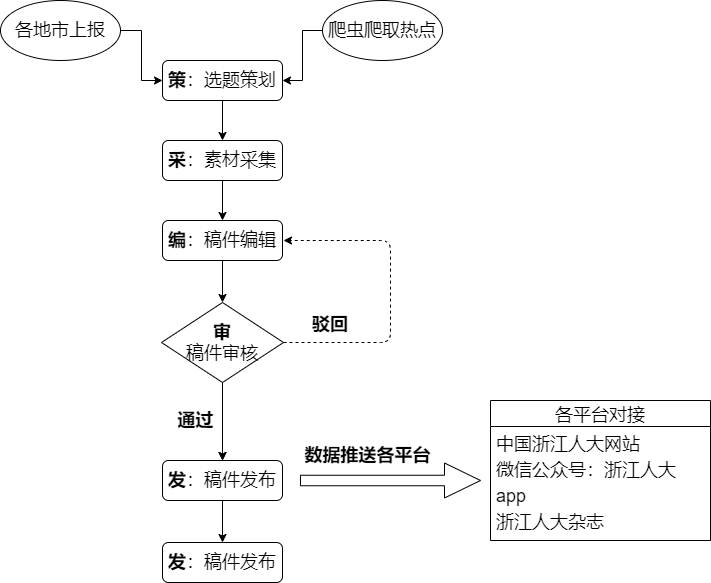
The draw.io diagram Untitled Diagram.png in yangJinRui325/note, before a commit. Source tidied: cells renumbered, new cells last; positions are measured from the earlier drawing's top-left corner, leaving out a move shared by most shapes. Source of this version:
```xml
<mxGraphModel>
  <root>
    <mxCell id="0" />
    <mxCell id="1" parent="0" />
    <mxCell id="2" style="edgeStyle=orthogonalEdgeStyle;rounded=0;jettySize=auto;html=1;" parent="1" edge="1" source="3" target="7">
      <mxGeometry relative="1" as="geometry" />
    </mxCell>
    <mxCell id="3" value="&lt;font style=&quot;font-size: 18px&quot;&gt;&lt;b&gt;策&lt;/b&gt;：选题策划&lt;/font&gt;" style="rounded=1;whiteSpace=wrap;html=1;fontSize=12;glass=0;strokeWidth=1;shadow=0;" parent="1" vertex="1">
      <mxGeometry x="162" y="60" width="120" height="40" as="geometry" />
    </mxCell>
    <mxCell id="4" style="edgeStyle=orthogonalEdgeStyle;rounded=0;jettySize=auto;html=1;" parent="1" edge="1" source="5" target="15">
      <mxGeometry relative="1" as="geometry" />
    </mxCell>
    <mxCell id="5" value="&lt;font style=&quot;font-size: 18px&quot;&gt;&lt;b&gt;编&lt;/b&gt;：稿件编辑&lt;/font&gt;" style="rounded=1;whiteSpace=wrap;html=1;fontSize=12;glass=0;strokeWidth=1;shadow=0;" parent="1" vertex="1">
      <mxGeometry x="162" y="220" width="120" height="40" as="geometry" />
    </mxCell>
    <mxCell id="6" style="edgeStyle=orthogonalEdgeStyle;rounded=0;jettySize=auto;html=1;" parent="1" edge="1" source="7" target="5">
      <mxGeometry relative="1" as="geometry" />
    </mxCell>
    <mxCell id="7" value="&lt;font style=&quot;font-size: 18px&quot;&gt;&lt;b&gt;采&lt;/b&gt;：素材采集&lt;/font&gt;" style="rounded=1;whiteSpace=wrap;html=1;fontSize=12;glass=0;strokeWidth=1;shadow=0;" parent="1" vertex="1">
      <mxGeometry x="162" y="140" width="120" height="40" as="geometry" />
    </mxCell>
    <mxCell id="8" style="edgeStyle=orthogonalEdgeStyle;rounded=0;jettySize=auto;html=1;" parent="1" edge="1" source="9" target="3">
      <mxGeometry relative="1" as="geometry" />
    </mxCell>
    <mxCell id="9" value="&lt;font style=&quot;font-size: 18px&quot;&gt;爬虫爬取热点&lt;/font&gt;" style="ellipse;whiteSpace=wrap;html=1;rounded=1;shadow=0;strokeWidth=1;glass=0;" parent="1" vertex="1">
      <mxGeometry x="322" width="120" height="60" as="geometry" />
    </mxCell>
    <mxCell id="10" style="edgeStyle=orthogonalEdgeStyle;rounded=0;jettySize=auto;html=1;" parent="1" edge="1" source="11" target="3">
      <mxGeometry relative="1" as="geometry" />
    </mxCell>
    <mxCell id="11" value="&lt;font style=&quot;font-size: 18px&quot;&gt;各地市上报&lt;/font&gt;" style="ellipse;whiteSpace=wrap;html=1;rounded=1;shadow=0;strokeWidth=1;glass=0;" parent="1" vertex="1">
      <mxGeometry width="120" height="60" as="geometry" />
    </mxCell>
    <mxCell id="12" value="&lt;font style=&quot;font-size: 18px&quot;&gt;&lt;b&gt;发&lt;/b&gt;：稿件发布&lt;/font&gt;" style="rounded=1;whiteSpace=wrap;html=1;fontSize=12;glass=0;strokeWidth=1;shadow=0;" parent="1" vertex="1">
      <mxGeometry x="162" y="460" width="120" height="40" as="geometry" />
    </mxCell>
    <mxCell id="13" style="edgeStyle=orthogonalEdgeStyle;rounded=0;jettySize=auto;html=1;" parent="1" edge="1" source="15" target="12">
      <mxGeometry relative="1" as="geometry" />
    </mxCell>
    <mxCell id="14" style="edgeStyle=orthogonalEdgeStyle;rounded=0;jettySize=auto;html=1;" parent="1" edge="1" source="15" target="12">
      <mxGeometry relative="1" as="geometry" />
    </mxCell>
    <mxCell id="15" value="&lt;font style=&quot;font-size: 18px&quot;&gt;&lt;b&gt;审&lt;/b&gt;&lt;br&gt;稿件审核&lt;br&gt;&lt;/font&gt;" style="rhombus;whiteSpace=wrap;html=1;" parent="1" vertex="1">
      <mxGeometry x="161" y="302" width="122" height="80" as="geometry" />
    </mxCell>
    <mxCell id="16" value="&lt;b&gt;&lt;font style=&quot;font-size: 18px ; background-color: rgb(255 , 255 , 255)&quot;&gt;通过&lt;/font&gt;&lt;/b&gt;" style="text;html=1;align=center;verticalAlign=middle;strokeColor=none;" parent="1" vertex="1">
      <mxGeometry x="170" y="410" width="50" height="20" as="geometry" />
    </mxCell>
    <mxCell id="17" style="edgeStyle=elbowEdgeStyle;elbow=horizontal;endArrow=classic;html=1;dashed=1;fontSize=18;exitX=1;exitY=0.5;exitDx=0;exitDy=0;" parent="1" edge="1" source="15">
      <mxGeometry relative="1" as="geometry">
        <mxPoint x="283" y="240" as="targetPoint" />
        <Array as="points">
          <mxPoint x="390" y="290" />
          <mxPoint x="360" y="290" />
        </Array>
      </mxGeometry>
    </mxCell>
    <mxCell id="18" value="&lt;div style=&quot;text-align: center&quot;&gt;&lt;font face=&quot;helvetica&quot;&gt;&lt;span style=&quot;background-color: rgb(255 , 255 , 255)&quot;&gt;&lt;b&gt;驳回&lt;/b&gt;&lt;/span&gt;&lt;/font&gt;&lt;/div&gt;" style="text;whiteSpace=wrap;html=1;fontSize=18;" parent="1" vertex="1">
      <mxGeometry x="310" y="307" width="60" height="40" as="geometry" />
    </mxCell>
    <mxCell id="19" style="shape=singleArrow;whiteSpace=wrap;html=1;fontSize=18;" parent="1" vertex="1">
      <mxGeometry x="300" y="462.5" width="180" height="35" as="geometry" />
    </mxCell>
    <mxCell id="20" value="&lt;b&gt;&lt;font style=&quot;font-size: 18px ; background-color: rgb(255 , 255 , 255)&quot;&gt;数据推送各平台&lt;/font&gt;&lt;/b&gt;" style="text;html=1;align=center;verticalAlign=middle;strokeColor=none;" parent="1" vertex="1">
      <mxGeometry x="297" y="445" width="140" height="20" as="geometry" />
    </mxCell>
    <mxCell id="21" value="各平台对接" style="swimlane;fontStyle=0;horizontal=1;startSize=26;fontSize=18;" parent="1" vertex="1">
      <mxGeometry x="490" y="400" width="220" height="140" as="geometry" />
    </mxCell>
    <mxCell id="22" value="中国浙江人大网站" style="text;strokeColor=none;fillColor=none;align=left;verticalAlign=top;spacingLeft=4;spacingRight=4;overflow=hidden;fontSize=18;" parent="21" vertex="1">
      <mxGeometry y="26" width="220" height="26" as="geometry" />
    </mxCell>
    <mxCell id="23" value="微信公众号：浙江人大" style="text;strokeColor=none;fillColor=none;align=left;verticalAlign=top;spacingLeft=4;spacingRight=4;overflow=hidden;fontSize=18;" parent="21" vertex="1">
      <mxGeometry y="52" width="220" height="26" as="geometry" />
    </mxCell>
    <mxCell id="24" value="app" style="text;strokeColor=none;fillColor=none;align=left;verticalAlign=top;spacingLeft=4;spacingRight=4;overflow=hidden;fontSize=18;" parent="21" vertex="1">
      <mxGeometry y="78" width="220" height="26" as="geometry" />
    </mxCell>
    <mxCell id="25" value="浙江人大杂志" style="text;strokeColor=none;fillColor=none;align=left;verticalAlign=top;spacingLeft=4;spacingRight=4;overflow=hidden;fontSize=18;" parent="21" vertex="1">
      <mxGeometry y="104" width="220" height="36" as="geometry" />
    </mxCell>
    <mxCell id="26" value="&lt;font style=&quot;font-size: 18px&quot;&gt;&lt;b&gt;发&lt;/b&gt;：稿件发布&lt;/font&gt;" style="rounded=1;whiteSpace=wrap;html=1;fontSize=12;glass=0;strokeWidth=1;shadow=0;" parent="1" vertex="1">
      <mxGeometry x="162" y="542" width="120" height="40" as="geometry" />
    </mxCell>
    <mxCell id="27" style="edgeStyle=orthogonalEdgeStyle;rounded=0;jettySize=auto;html=1;exitX=0.5;exitY=1;exitDx=0;exitDy=0;entryX=0.5;entryY=0;entryDx=0;entryDy=0;" parent="1" edge="1" source="12" target="26">
      <mxGeometry relative="1" as="geometry" />
    </mxCell>
  </root>
</mxGraphModel>
```
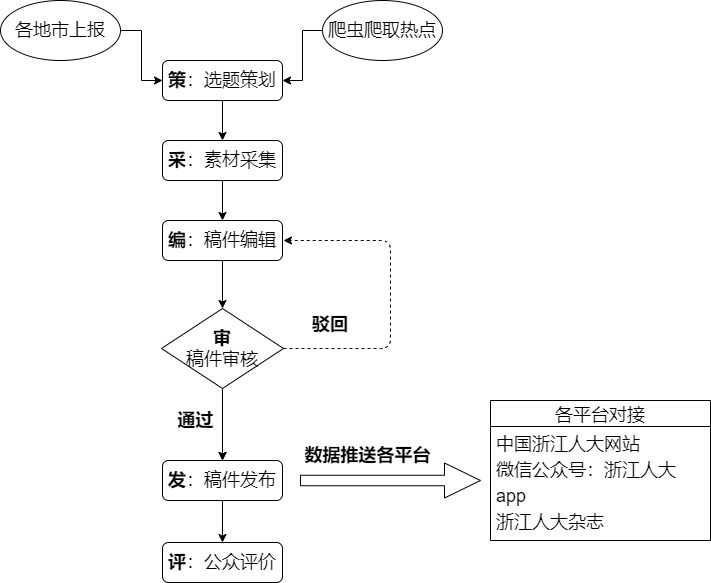
Above is the later version.

Diff of the diagram source:
```diff
@@ -42,7 +42,7 @@
       <mxGeometry relative="1" as="geometry" />
     </mxCell>
     <mxCell id="15" value="&lt;font style=&quot;font-size: 18px&quot;&gt;&lt;b&gt;审&lt;/b&gt;&lt;br&gt;稿件审核&lt;br&gt;&lt;/font&gt;" style="rhombus;whiteSpace=wrap;html=1;" parent="1" vertex="1">
-      <mxGeometry x="161" y="302" width="122" height="80" as="geometry" />
+      <mxGeometry x="161" y="308" width="122" height="80" as="geometry" />
     </mxCell>
     <mxCell id="16" value="&lt;b&gt;&lt;font style=&quot;font-size: 18px ; background-color: rgb(255 , 255 , 255)&quot;&gt;通过&lt;/font&gt;&lt;/b&gt;" style="text;html=1;align=center;verticalAlign=middle;strokeColor=none;" parent="1" vertex="1">
       <mxGeometry x="170" y="410" width="50" height="20" as="geometry" />
@@ -80,7 +80,7 @@
     <mxCell id="25" value="浙江人大杂志" style="text;strokeColor=none;fillColor=none;align=left;verticalAlign=top;spacingLeft=4;spacingRight=4;overflow=hidden;fontSize=18;" parent="21" vertex="1">
       <mxGeometry y="104" width="220" height="36" as="geometry" />
     </mxCell>
-    <mxCell id="26" value="&lt;font style=&quot;font-size: 18px&quot;&gt;&lt;b&gt;发&lt;/b&gt;：稿件发布&lt;/font&gt;" style="rounded=1;whiteSpace=wrap;html=1;fontSize=12;glass=0;strokeWidth=1;shadow=0;" parent="1" vertex="1">
+    <mxCell id="26" value="&lt;font style=&quot;font-size: 18px&quot;&gt;&lt;b&gt;评&lt;/b&gt;：公众评价&lt;/font&gt;" style="rounded=1;whiteSpace=wrap;html=1;fontSize=12;glass=0;strokeWidth=1;shadow=0;" parent="1" vertex="1">
       <mxGeometry x="162" y="542" width="120" height="40" as="geometry" />
     </mxCell>
     <mxCell id="27" style="edgeStyle=orthogonalEdgeStyle;rounded=0;jettySize=auto;html=1;exitX=0.5;exitY=1;exitDx=0;exitDy=0;entryX=0.5;entryY=0;entryDx=0;entryDy=0;" parent="1" edge="1" source="12" target="26">
```
